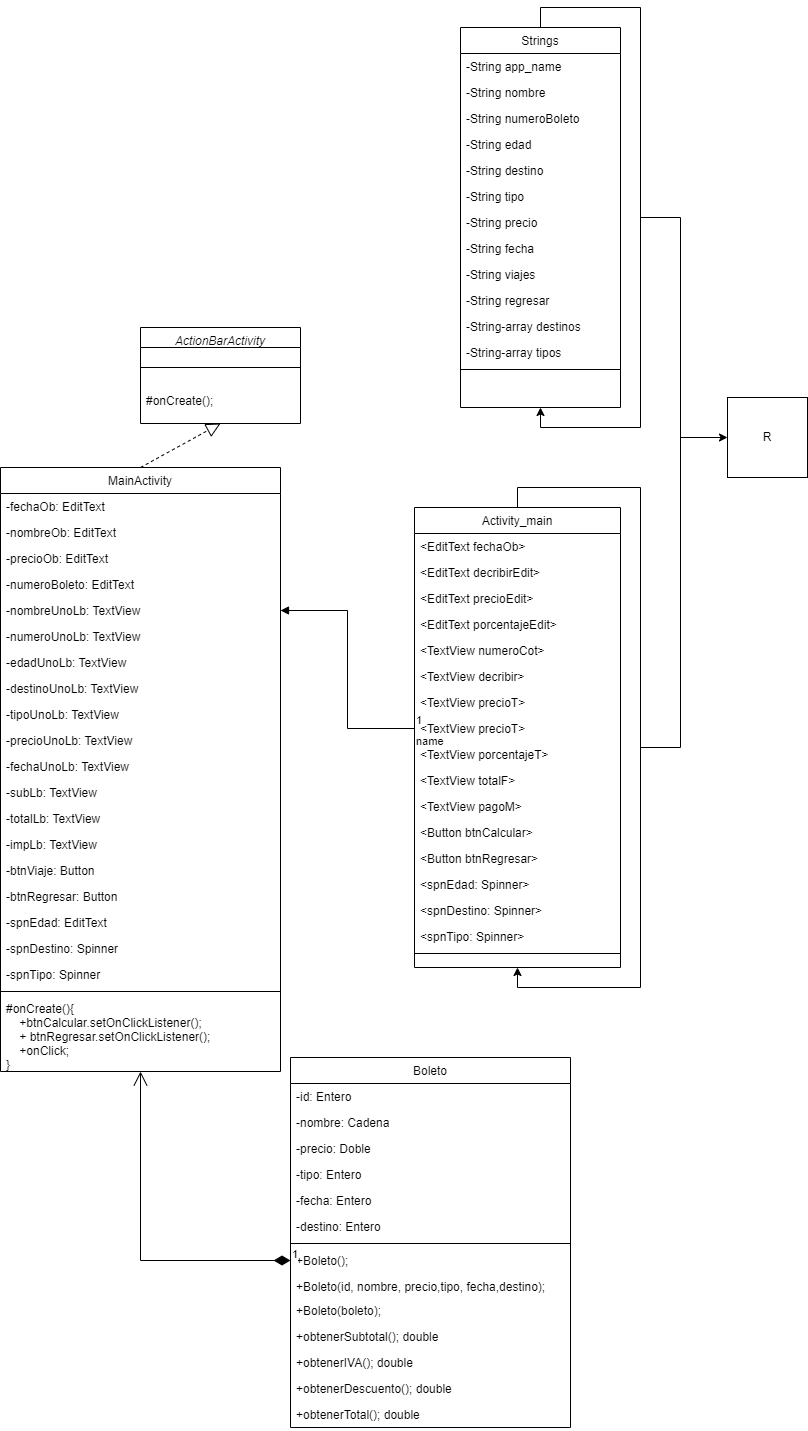
Above: DiagramaBoletos.drawio.png in eRick0191/BoletosApp (draw.io), before the change. Source tidied: cells renumbered, new cells last; positions are measured from the earlier drawing's top-left corner, leaving out a move shared by most shapes.
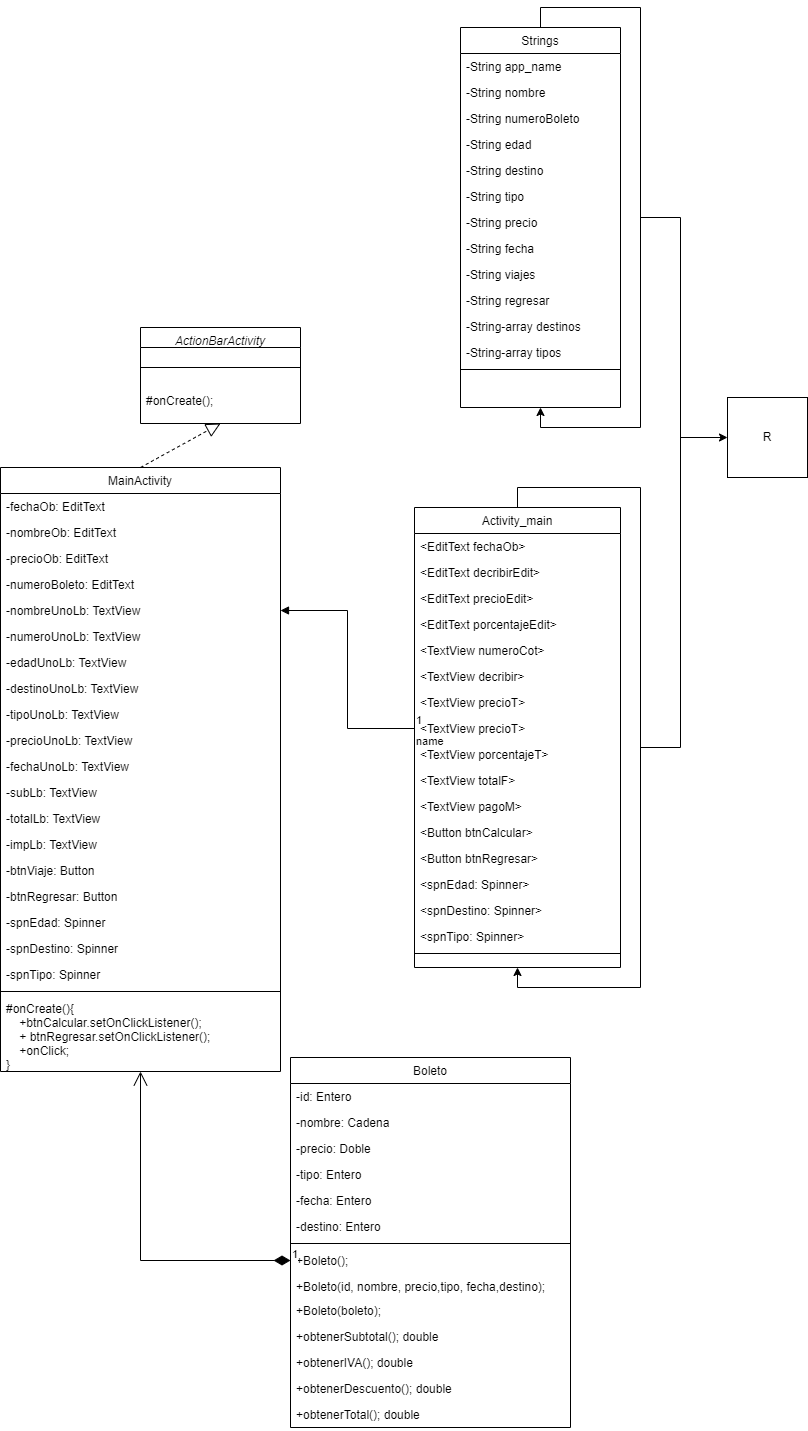
Above is the later version.

Diff of the diagram source:
```diff
@@ -161,7 +161,7 @@
     <mxCell id="54" value="-btnRegresar: Button" style="text;align=left;verticalAlign=top;spacingLeft=4;spacingRight=4;overflow=hidden;" parent="38" vertex="1">
       <mxGeometry y="416" width="280" height="26" as="geometry" />
     </mxCell>
-    <mxCell id="55" value="-spnEdad: EditText" style="text;align=left;verticalAlign=top;spacingLeft=4;spacingRight=4;overflow=hidden;" parent="38" vertex="1">
+    <mxCell id="55" value="-spnEdad: Spinner" style="text;align=left;verticalAlign=top;spacingLeft=4;spacingRight=4;overflow=hidden;" parent="38" vertex="1">
       <mxGeometry y="442" width="280" height="26" as="geometry" />
     </mxCell>
     <mxCell id="56" value="-spnDestino: Spinner" style="text;align=left;verticalAlign=top;spacingLeft=4;spacingRight=4;overflow=hidden;" parent="38" vertex="1">
```
